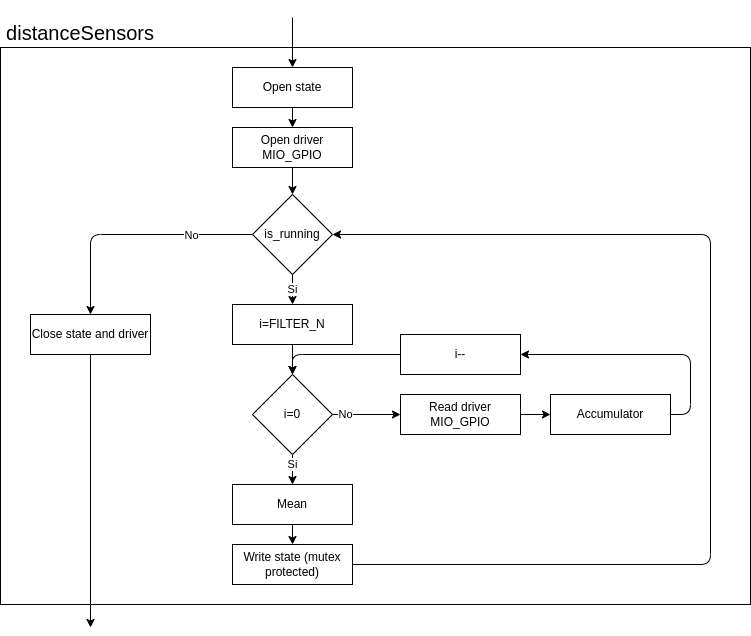
Earlier version of the draw.io export doc/distanceSensors.png (kuhiu/smartnav-platform). Source tidied: cells renumbered, new cells last; positions are measured from the earlier drawing's top-left corner, leaving out a move shared by most shapes.
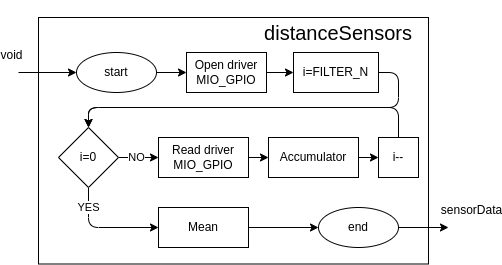
The same file after the commit.

Change to the diagram source:
```diff
@@ -3,107 +3,99 @@
     <mxCell id="0" />
     <mxCell id="1" parent="0" />
     <mxCell id="2" style="rounded=0;whiteSpace=wrap;html=1;fillColor=none;" parent="1" vertex="1">
-      <mxGeometry y="30" width="750" height="557" as="geometry" />
+      <mxGeometry x="150" y="30" width="390" height="246.5" as="geometry" />
     </mxCell>
-    <mxCell id="3" style="edgeStyle=none;html=1;entryX=0.5;entryY=0;entryDx=0;entryDy=0;" parent="1" edge="1" source="5" target="7">
-      <mxGeometry relative="1" as="geometry" />
-    </mxCell>
-    <mxCell id="4" style="edgeStyle=none;html=1;startArrow=classic;startFill=1;endArrow=none;endFill=0;" parent="1" edge="1" source="5">
+    <mxCell id="4" style="edgeStyle=none;html=1;startArrow=classic;startFill=1;endArrow=none;endFill=0;exitX=0;exitY=0.5;exitDx=0;exitDy=0;" parent="1" edge="1" source="33">
       <mxGeometry relative="1" as="geometry">
-        <mxPoint x="292" as="targetPoint" />
+        <mxPoint x="130" y="85" as="targetPoint" />
       </mxGeometry>
     </mxCell>
-    <mxCell id="5" value="Open state" style="rounded=0;whiteSpace=wrap;html=1;" parent="1" vertex="1">
-      <mxGeometry x="232" y="50" width="120" height="40" as="geometry" />
-    </mxCell>
-    <mxCell id="6" style="edgeStyle=orthogonalEdgeStyle;html=1;entryX=0.5;entryY=0;entryDx=0;entryDy=0;" parent="1" edge="1" source="7" target="24">
+    <mxCell id="6" style="edgeStyle=orthogonalEdgeStyle;html=1;entryX=0;entryY=0.5;entryDx=0;entryDy=0;" parent="1" edge="1" source="7" target="26">
       <mxGeometry relative="1" as="geometry" />
     </mxCell>
     <mxCell id="7" value="Open driver MIO_GPIO" style="rounded=0;whiteSpace=wrap;html=1;" parent="1" vertex="1">
-      <mxGeometry x="232" y="110" width="120" height="40" as="geometry" />
+      <mxGeometry x="298" y="65" width="80" height="40" as="geometry" />
     </mxCell>
-    <mxCell id="8" value="No" style="edgeStyle=orthogonalEdgeStyle;html=1;entryX=0;entryY=0.5;entryDx=0;entryDy=0;" parent="1" edge="1" source="10" target="12">
-      <mxGeometry x="-0.61" relative="1" as="geometry" />
+    <mxCell id="8" value="NO" style="edgeStyle=orthogonalEdgeStyle;html=1;entryX=0;entryY=0.5;entryDx=0;entryDy=0;" parent="1" edge="1" source="10" target="12">
+      <mxGeometry x="-0.11" relative="1" as="geometry" />
     </mxCell>
-    <mxCell id="9" value="Si" style="edgeStyle=orthogonalEdgeStyle;html=1;entryX=0.5;entryY=0;entryDx=0;entryDy=0;" parent="1" edge="1" source="10" target="14">
-      <mxGeometry x="-0.33" relative="1" as="geometry" />
+    <mxCell id="9" value="YES" style="edgeStyle=orthogonalEdgeStyle;html=1;entryX=0;entryY=0.5;entryDx=0;entryDy=0;" parent="1" edge="1" source="10" target="14">
+      <mxGeometry x="-0.64" relative="1" as="geometry">
+        <Array as="points">
+          <mxPoint x="200" y="240" />
+        </Array>
+      </mxGeometry>
     </mxCell>
     <mxCell id="10" value="i=0" style="rhombus;whiteSpace=wrap;html=1;" parent="1" vertex="1">
-      <mxGeometry x="252" y="357" width="80" height="80" as="geometry" />
+      <mxGeometry x="170" y="140" width="60" height="60" as="geometry" />
     </mxCell>
     <mxCell id="11" style="edgeStyle=orthogonalEdgeStyle;html=1;" parent="1" edge="1" source="12" target="20">
       <mxGeometry relative="1" as="geometry" />
     </mxCell>
     <mxCell id="12" value="Read driver MIO_GPIO" style="rounded=0;whiteSpace=wrap;html=1;" parent="1" vertex="1">
-      <mxGeometry x="400" y="377" width="120" height="40" as="geometry" />
+      <mxGeometry x="270" y="150" width="90" height="40" as="geometry" />
     </mxCell>
-    <mxCell id="13" style="edgeStyle=orthogonalEdgeStyle;html=1;" parent="1" edge="1" source="14" target="16">
-      <mxGeometry relative="1" as="geometry" />
-    </mxCell>
+    <mxCell id="31" style="edgeStyle=orthogonalEdgeStyle;html=1;entryX=0;entryY=0.5;entryDx=0;entryDy=0;" parent="1" edge="1" source="14" target="35">
+      <mxGeometry relative="1" as="geometry" />
+    </mxCell>
     <mxCell id="14" value="Mean" style="rounded=0;whiteSpace=wrap;html=1;" parent="1" vertex="1">
-      <mxGeometry x="232" y="467" width="120" height="40" as="geometry" />
+      <mxGeometry x="270" y="220" width="90" height="40" as="geometry" />
     </mxCell>
-    <mxCell id="15" style="edgeStyle=orthogonalEdgeStyle;html=1;entryX=1;entryY=0.5;entryDx=0;entryDy=0;exitX=1;exitY=0.5;exitDx=0;exitDy=0;" parent="1" edge="1" source="16" target="24">
-      <mxGeometry relative="1" as="geometry">
-        <Array as="points">
-          <mxPoint x="710" y="547" />
-          <mxPoint x="710" y="217" />
-        </Array>
-      </mxGeometry>
-    </mxCell>
-    <mxCell id="16" value="Write state (mutex protected)" style="rounded=0;whiteSpace=wrap;html=1;" parent="1" vertex="1">
-      <mxGeometry x="232" y="527" width="120" height="40" as="geometry" />
-    </mxCell>
-    <mxCell id="17" style="edgeStyle=none;html=1;fontSize=20;startArrow=none;startFill=0;endArrow=classic;endFill=1;" parent="1" edge="1" source="18">
-      <mxGeometry relative="1" as="geometry">
-        <mxPoint x="90" y="610" as="targetPoint" />
-      </mxGeometry>
-    </mxCell>
-    <mxCell id="18" value="Close state and driver" style="rounded=0;whiteSpace=wrap;html=1;" parent="1" vertex="1">
-      <mxGeometry x="30" y="297" width="120" height="40" as="geometry" />
-    </mxCell>
-    <mxCell id="19" style="edgeStyle=orthogonalEdgeStyle;html=1;entryX=1;entryY=0.5;entryDx=0;entryDy=0;exitX=1;exitY=0.5;exitDx=0;exitDy=0;" parent="1" edge="1" source="20" target="28">
-      <mxGeometry relative="1" as="geometry">
-        <Array as="points">
-          <mxPoint x="690" y="397" />
-          <mxPoint x="690" y="337" />
-        </Array>
-      </mxGeometry>
+    <mxCell id="19" style="edgeStyle=orthogonalEdgeStyle;html=1;entryX=0;entryY=0.5;entryDx=0;entryDy=0;" parent="1" edge="1" source="20" target="28">
+      <mxGeometry relative="1" as="geometry" />
     </mxCell>
     <mxCell id="20" value="Accumulator" style="rounded=0;whiteSpace=wrap;html=1;" parent="1" vertex="1">
-      <mxGeometry x="550" y="377" width="120" height="40" as="geometry" />
+      <mxGeometry x="380" y="150" width="90" height="40" as="geometry" />
     </mxCell>
-    <mxCell id="21" style="edgeStyle=orthogonalEdgeStyle;html=1;entryX=0.5;entryY=0;entryDx=0;entryDy=0;" parent="1" edge="1" source="24" target="18">
-      <mxGeometry relative="1" as="geometry" />
-    </mxCell>
-    <mxCell id="22" value="No" style="edgeLabel;html=1;align=center;verticalAlign=middle;" parent="21" vertex="1">
-      <mxGeometry x="0.24" y="3" relative="1" as="geometry">
-        <mxPoint x="89" y="-3" as="offset" />
-      </mxGeometry>
-    </mxCell>
-    <mxCell id="23" value="Si" style="edgeStyle=orthogonalEdgeStyle;html=1;entryX=0.5;entryY=0;entryDx=0;entryDy=0;" parent="1" edge="1" source="24" target="26">
-      <mxGeometry relative="1" as="geometry" />
-    </mxCell>
-    <mxCell id="24" value="is_running" style="rhombus;whiteSpace=wrap;html=1;" parent="1" vertex="1">
-      <mxGeometry x="252" y="177" width="80" height="80" as="geometry" />
-    </mxCell>
     <mxCell id="25" style="edgeStyle=orthogonalEdgeStyle;html=1;entryX=0.5;entryY=0;entryDx=0;entryDy=0;" parent="1" edge="1" source="26" target="10">
-      <mxGeometry relative="1" as="geometry" />
+      <mxGeometry relative="1" as="geometry">
+        <Array as="points">
+          <mxPoint x="510" y="85" />
+          <mxPoint x="510" y="120" />
+          <mxPoint x="200" y="120" />
+        </Array>
+      </mxGeometry>
     </mxCell>
     <mxCell id="26" value="i=FILTER_N" style="rounded=0;whiteSpace=wrap;html=1;" parent="1" vertex="1">
-      <mxGeometry x="232" y="287" width="120" height="40" as="geometry" />
+      <mxGeometry x="405" y="65" width="85" height="40" as="geometry" />
     </mxCell>
     <mxCell id="27" style="edgeStyle=orthogonalEdgeStyle;html=1;entryX=0.5;entryY=0;entryDx=0;entryDy=0;" parent="1" edge="1" source="28" target="10">
-      <mxGeometry relative="1" as="geometry" />
+      <mxGeometry relative="1" as="geometry">
+        <Array as="points">
+          <mxPoint x="510" y="120" />
+          <mxPoint x="200" y="120" />
+        </Array>
+      </mxGeometry>
     </mxCell>
     <mxCell id="28" value="i--" style="rounded=0;whiteSpace=wrap;html=1;" parent="1" vertex="1">
-      <mxGeometry x="400" y="317" width="120" height="40" as="geometry" />
+      <mxGeometry x="490" y="150" width="40" height="40" as="geometry" />
     </mxCell>
-    <mxCell id="29" style="edgeStyle=none;html=1;fontSize=20;startArrow=classic;startFill=1;endArrow=none;endFill=0;" parent="1" edge="1" source="30" target="2">
-      <mxGeometry relative="1" as="geometry" />
-    </mxCell>
     <mxCell id="30" value="&lt;p style=&quot;font-size: 20px;&quot;&gt;distanceSensors&lt;/p&gt;" style="text;html=1;strokeColor=none;fillColor=none;align=center;verticalAlign=middle;whiteSpace=wrap;rounded=0;fontSize=20;" parent="1" vertex="1">
-      <mxGeometry x="50" width="60" height="30" as="geometry" />
+      <mxGeometry x="370" y="30" width="160" height="30" as="geometry" />
     </mxCell>
+    <mxCell id="32" style="edgeStyle=orthogonalEdgeStyle;html=1;entryX=0;entryY=0.5;entryDx=0;entryDy=0;" parent="1" edge="1" source="33" target="7">
+      <mxGeometry relative="1" as="geometry" />
+    </mxCell>
+    <mxCell id="33" value="start" style="ellipse;whiteSpace=wrap;html=1;" parent="1" vertex="1">
+      <mxGeometry x="188" y="65" width="80" height="40" as="geometry" />
+    </mxCell>
+    <mxCell id="34" style="edgeStyle=none;html=1;" parent="1" edge="1" source="35">
+      <mxGeometry relative="1" as="geometry">
+        <mxPoint x="560" y="240" as="targetPoint" />
+      </mxGeometry>
+    </mxCell>
+    <mxCell id="35" value="end" style="ellipse;whiteSpace=wrap;html=1;" parent="1" vertex="1">
+      <mxGeometry x="430" y="220" width="80" height="40" as="geometry" />
+    </mxCell>
+    <mxCell id="36" value="&lt;span style=&quot;font-size: 12px&quot;&gt;void&lt;/span&gt;" style="edgeLabel;html=1;align=center;verticalAlign=middle;labelBackgroundColor=none;" parent="1" vertex="1">
+      <mxGeometry x="120" y="65" as="geometry">
+        <mxPoint x="2" y="2" as="offset" />
+      </mxGeometry>
+    </mxCell>
+    <mxCell id="37" value="&lt;span style=&quot;font-size: 12px&quot;&gt;sensorData&lt;/span&gt;" style="edgeLabel;html=1;align=center;verticalAlign=middle;labelBackgroundColor=none;" parent="1" vertex="1">
+      <mxGeometry x="580" y="220" as="geometry">
+        <mxPoint x="2" y="2" as="offset" />
+      </mxGeometry>
+    </mxCell>
   </root>
 </mxGraphModel>
```
